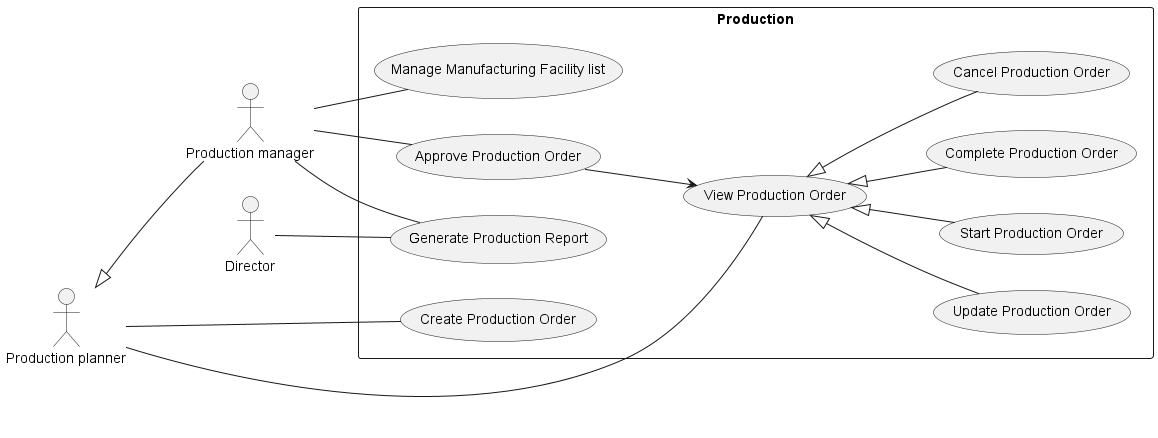
Above: use-cases/Production.png in phihungha/scmss-reqs (PlantUML), before the change.
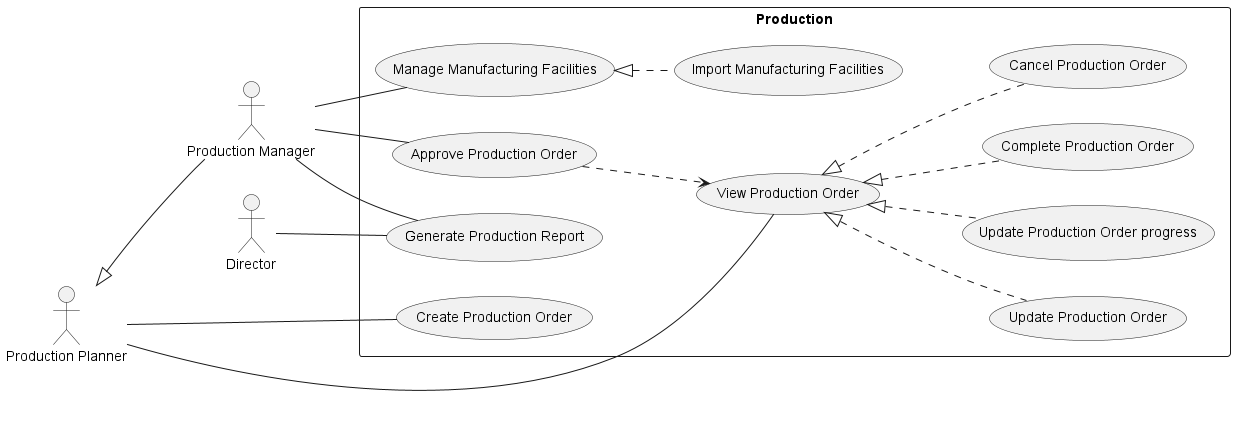
Later version of the same file.

Change to the diagram source:
```diff
@@ -1,8 +1,8 @@
-@startuml Production
+@startuml production
 left to right direction
 
-:Production planner: as pp
-:Production manager: as pm
+:Production Planner: as pp
+:Production Manager: as pm
 pp <|-- pm
 
 :Director: as d
@@ -10,15 +10,16 @@
 rectangle Production {
   pp -- (View Production Order)
   pp -- (Create Production Order)
-  (View Production Order) <|-- (Update Production Order)
-  (View Production Order) <|-- (Start Production Order)
-  (View Production Order) <|-- (Complete Production Order)
-  (View Production Order) <|-- (Cancel Production Order)
+  (View Production Order) <|.. (Update Production Order)
+  (View Production Order) <|.. (Update Production Order progress)
+  (View Production Order) <|.. (Complete Production Order)
+  (View Production Order) <|.. (Cancel Production Order)
 
   pm -- (Approve Production Order)
-  (Approve Production Order) --> (View Production Order)
+  (Approve Production Order) ..> (View Production Order)
 
-  pm -- (Manage Manufacturing Facility list)
+  pm -- (Manage Manufacturing Facilities)
+  (Manage Manufacturing Facilities) <|.. (Import Manufacturing Facilities)
   pm -- (Generate Production Report)
   d -- (Generate Production Report)
 }
```
